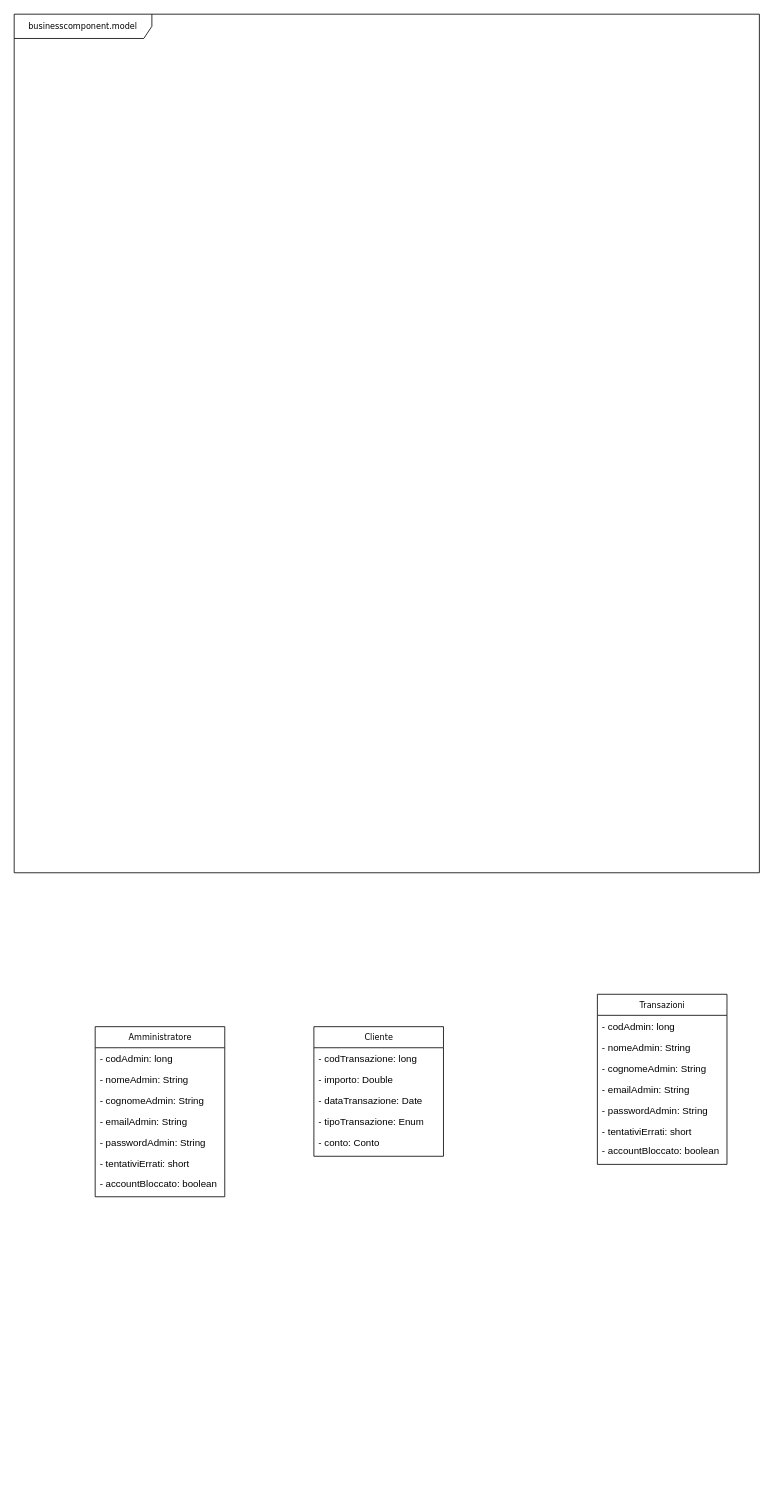
The draw.io diagram page "model" (1 of 3) of DiagrammaCalssi.drawio in davide-vigano-tas/applicazione-bancaria, before the edit. Source tidied: cells renumbered, new cells numbered last; positions are measured from the earlier drawing's top-left corner, leaving out a move shared by most shapes. Both pictures are drawn from the tidied source at 81%, with x=0, y=0 at pixel (14, 14).
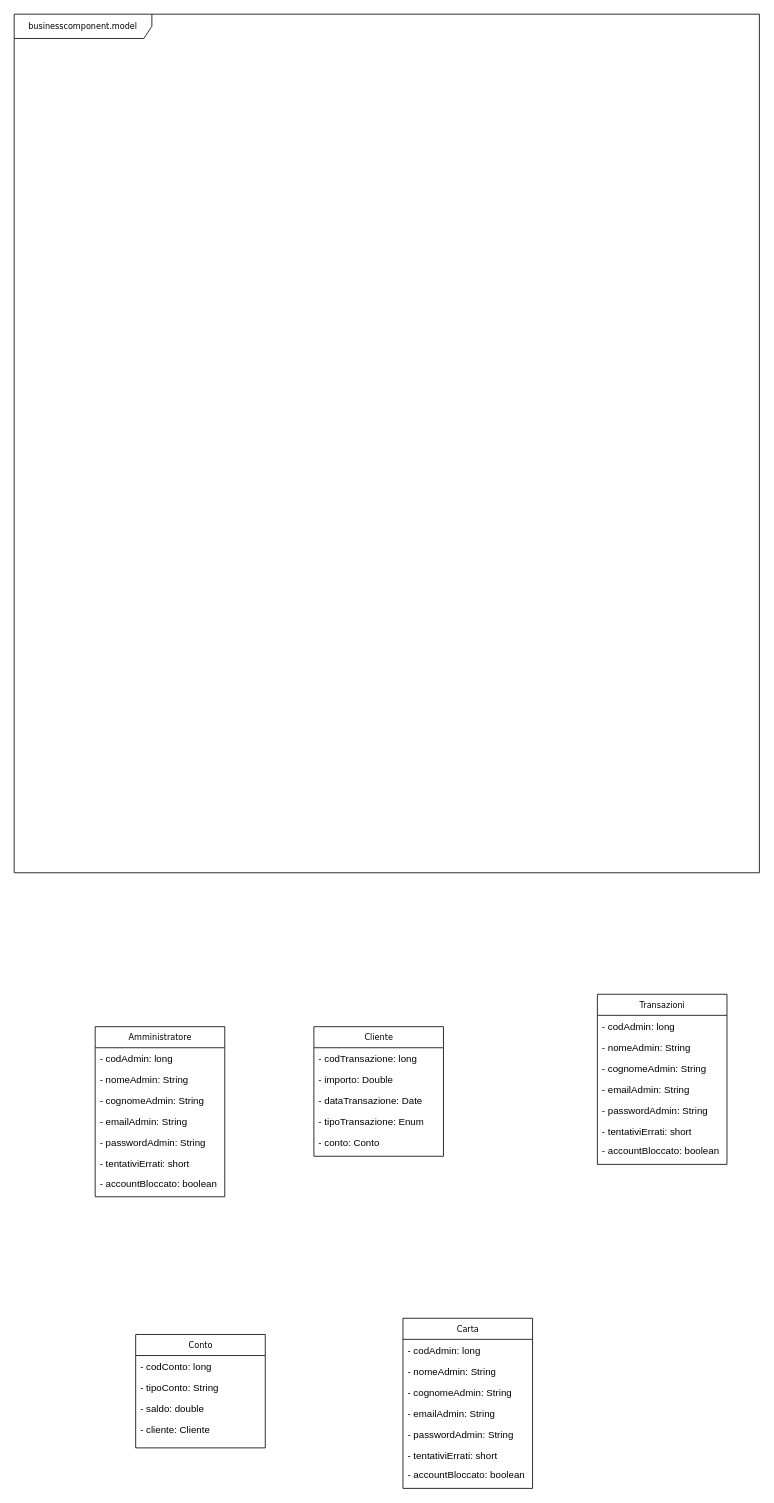
The same page after the edit.

Change to the diagram source:
```diff
@@
+    <mxCell id="26" value="Conto" style="swimlane;html=1;fontStyle=0;horizontal=1;startSize=26;fillColor=none;swimlaneFillColor=#ffffff;rounded=0;shadow=0;comic=0;labelBackgroundColor=none;strokeWidth=1;fontFamily=Verdana;fontSize=10;align=center;" parent="1" vertex="1">
+      <mxGeometry x="150" y="1630" width="160" height="140" as="geometry" />
+    </mxCell>
+    <mxCell id="27" value="- codConto: long" style="text;html=1;strokeColor=none;fillColor=none;align=left;verticalAlign=top;spacingLeft=4;spacingRight=4;whiteSpace=wrap;overflow=hidden;" parent="26" vertex="1">
+      <mxGeometry y="26" width="160" height="26" as="geometry" />
+    </mxCell>
+    <mxCell id="28" value="- tipoConto: String" style="text;html=1;strokeColor=none;fillColor=none;align=left;verticalAlign=top;spacingLeft=4;spacingRight=4;whiteSpace=wrap;overflow=hidden;" parent="26" vertex="1">
+      <mxGeometry y="52" width="160" height="26" as="geometry" />
+    </mxCell>
+    <mxCell id="29" value="- saldo: double" style="text;html=1;strokeColor=none;fillColor=none;align=left;verticalAlign=top;spacingLeft=4;spacingRight=4;whiteSpace=wrap;overflow=hidden;" parent="26" vertex="1">
+      <mxGeometry y="78" width="160" height="26" as="geometry" />
+    </mxCell>
+    <mxCell id="30" value="- cliente: Cliente" style="text;html=1;strokeColor=none;fillColor=none;align=left;verticalAlign=top;spacingLeft=4;spacingRight=4;whiteSpace=wrap;overflow=hidden;" parent="26" vertex="1">
+      <mxGeometry y="104" width="160" height="26" as="geometry" />
+    </mxCell>
@@
+    <mxCell id="31" value="Carta" style="swimlane;html=1;fontStyle=0;horizontal=1;startSize=26;fillColor=none;swimlaneFillColor=#ffffff;rounded=0;shadow=0;comic=0;labelBackgroundColor=none;strokeWidth=1;fontFamily=Verdana;fontSize=10;align=center;" parent="1" vertex="1">
+      <mxGeometry x="480" y="1610" width="160" height="210" as="geometry" />
+    </mxCell>
+    <mxCell id="32" value="- codAdmin: long" style="text;html=1;strokeColor=none;fillColor=none;align=left;verticalAlign=top;spacingLeft=4;spacingRight=4;whiteSpace=wrap;overflow=hidden;" parent="31" vertex="1">
+      <mxGeometry y="26" width="160" height="26" as="geometry" />
+    </mxCell>
+    <mxCell id="33" value="- nomeAdmin: String" style="text;html=1;strokeColor=none;fillColor=none;align=left;verticalAlign=top;spacingLeft=4;spacingRight=4;whiteSpace=wrap;overflow=hidden;" parent="31" vertex="1">
+      <mxGeometry y="52" width="160" height="26" as="geometry" />
+    </mxCell>
+    <mxCell id="34" value="- cognomeAdmin: String" style="text;html=1;strokeColor=none;fillColor=none;align=left;verticalAlign=top;spacingLeft=4;spacingRight=4;whiteSpace=wrap;overflow=hidden;" parent="31" vertex="1">
+      <mxGeometry y="78" width="160" height="26" as="geometry" />
+    </mxCell>
+    <mxCell id="35" value="- emailAdmin: String" style="text;html=1;strokeColor=none;fillColor=none;align=left;verticalAlign=top;spacingLeft=4;spacingRight=4;whiteSpace=wrap;overflow=hidden;" parent="31" vertex="1">
+      <mxGeometry y="104" width="160" height="26" as="geometry" />
+    </mxCell>
+    <mxCell id="36" value="- passwordAdmin: String" style="text;html=1;strokeColor=none;fillColor=none;align=left;verticalAlign=top;spacingLeft=4;spacingRight=4;whiteSpace=wrap;overflow=hidden;" parent="31" vertex="1">
+      <mxGeometry y="130" width="160" height="26" as="geometry" />
+    </mxCell>
+    <mxCell id="37" value="- tentativiErrati: short" style="text;html=1;strokeColor=none;fillColor=none;align=left;verticalAlign=top;spacingLeft=4;spacingRight=4;whiteSpace=wrap;overflow=hidden;" parent="31" vertex="1">
+      <mxGeometry y="156" width="160" height="24" as="geometry" />
+    </mxCell>
+    <mxCell id="38" value="- accountBloccato: boolean" style="text;html=1;strokeColor=none;fillColor=none;align=left;verticalAlign=top;spacingLeft=4;spacingRight=4;whiteSpace=wrap;overflow=hidden;" parent="31" vertex="1">
+      <mxGeometry y="180" width="160" height="24" as="geometry" />
+    </mxCell>
```
